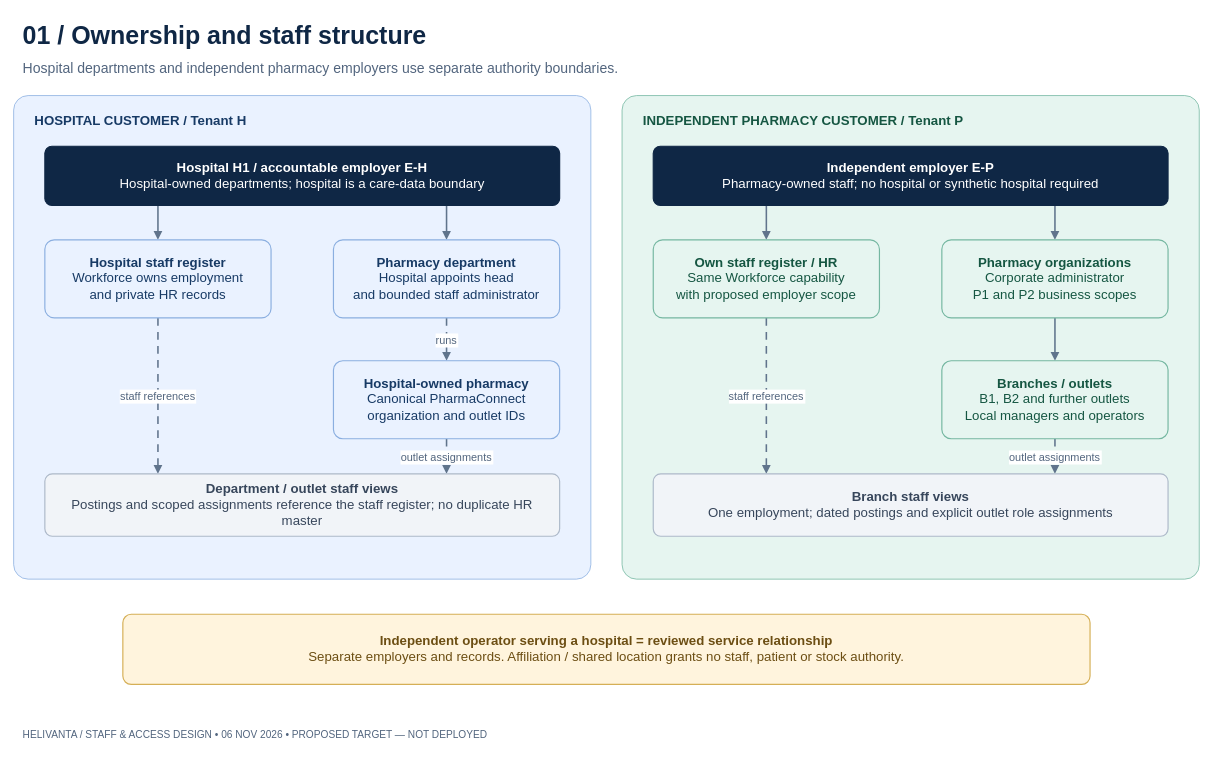
Earlier version of the draw.io diagram page "01 / Ownership and staff structure" (1 of 8) of docs/design/staff-and-rbac/staff-and-rbac.drawio (tesserix/helivanta). Source tidied: cells renumbered, new cells numbered last; positions are measured from the earlier drawing's top-left corner, leaving out a move shared by most shapes. Both pictures are drawn from the tidied source at 78%, with x=0, y=0 at pixel (13, 13).
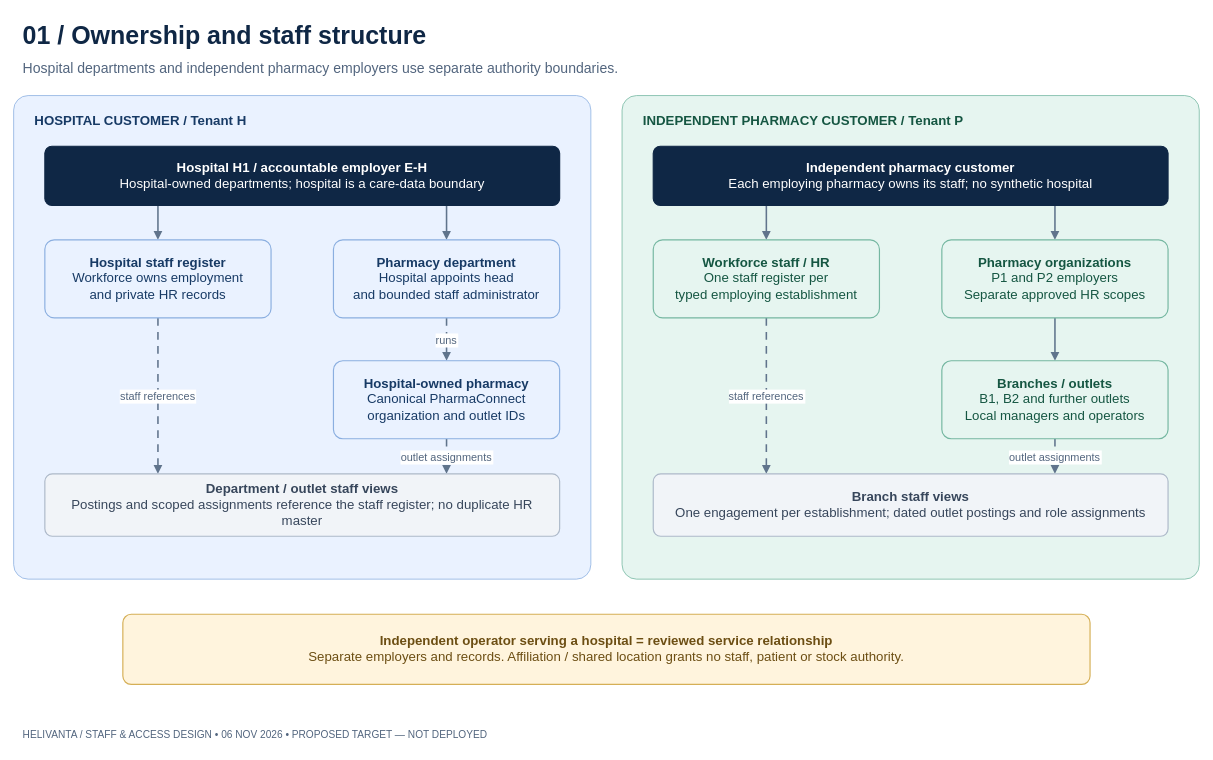
Above is the later version.

Diff of the diagram source:
```diff
@@
-    <mxCell id="23" value="&lt;b&gt;Independent employer E-P&lt;/b&gt;&lt;br&gt;Pharmacy-owned staff; no hospital or synthetic hospital required" style="rounded=1;arcSize=12;whiteSpace=wrap;html=1;align=center;verticalAlign=middle;spacing=12;fontFamily=Helvetica;fontSize=17;fontColor=#ffffff;fillColor=#0f2745;strokeColor=#0f2745;strokeWidth=1.5;" parent="1" vertex="1">
+    <mxCell id="23" value="&lt;b&gt;Independent pharmacy customer&lt;/b&gt;&lt;br&gt;Each employing pharmacy owns its staff; no synthetic hospital" style="rounded=1;arcSize=12;whiteSpace=wrap;html=1;align=center;verticalAlign=middle;spacing=12;fontFamily=Helvetica;fontSize=17;fontColor=#ffffff;fillColor=#0f2745;strokeColor=#0f2745;strokeWidth=1.5;" parent="1" vertex="1">
       <mxGeometry x="820" y="170" width="660" height="76" as="geometry" />
     </mxCell>
-    <mxCell id="24" value="&lt;b&gt;Own staff register / HR&lt;/b&gt;&lt;br&gt;Same Workforce capability&lt;br&gt;with proposed employer scope" style="rounded=1;arcSize=12;whiteSpace=wrap;html=1;align=center;verticalAlign=middle;spacing=12;fontFamily=Helvetica;fontSize=17;fontColor=#155642;fillColor=#e6f5f0;strokeColor=#75b7a1;strokeWidth=1.5;" parent="1" vertex="1">
+    <mxCell id="24" value="&lt;b&gt;Workforce staff / HR&lt;/b&gt;&lt;br&gt;One staff register per&lt;br&gt;typed employing establishment" style="rounded=1;arcSize=12;whiteSpace=wrap;html=1;align=center;verticalAlign=middle;spacing=12;fontFamily=Helvetica;fontSize=17;fontColor=#155642;fillColor=#e6f5f0;strokeColor=#75b7a1;strokeWidth=1.5;" parent="1" vertex="1">
       <mxGeometry x="820" y="290" width="290" height="100" as="geometry" />
     </mxCell>
-    <mxCell id="25" value="&lt;b&gt;Pharmacy organizations&lt;/b&gt;&lt;br&gt;Corporate administrator&lt;br&gt;P1 and P2 business scopes" style="rounded=1;arcSize=12;whiteSpace=wrap;html=1;align=center;verticalAlign=middle;spacing=12;fontFamily=Helvetica;fontSize=17;fontColor=#155642;fillColor=#e6f5f0;strokeColor=#75b7a1;strokeWidth=1.5;" parent="1" vertex="1">
+    <mxCell id="25" value="&lt;b&gt;Pharmacy organizations&lt;/b&gt;&lt;br&gt;P1 and P2 employers&lt;br&gt;Separate approved HR scopes" style="rounded=1;arcSize=12;whiteSpace=wrap;html=1;align=center;verticalAlign=middle;spacing=12;fontFamily=Helvetica;fontSize=17;fontColor=#155642;fillColor=#e6f5f0;strokeColor=#75b7a1;strokeWidth=1.5;" parent="1" vertex="1">
       <mxGeometry x="1190" y="290" width="290" height="100" as="geometry" />
     </mxCell>
@@
-    <mxCell id="27" value="&lt;b&gt;Branch staff views&lt;/b&gt;&lt;br&gt;One employment; dated postings and explicit outlet role assignments" style="rounded=1;arcSize=12;whiteSpace=wrap;html=1;align=center;verticalAlign=middle;spacing=12;fontFamily=Helvetica;fontSize=17;fontColor=#37465b;fillColor=#f1f4f8;strokeColor=#adb9c9;strokeWidth=1.5;" parent="1" vertex="1">
+    <mxCell id="27" value="&lt;b&gt;Branch staff views&lt;/b&gt;&lt;br&gt;One engagement per establishment; dated outlet postings and role assignments" style="rounded=1;arcSize=12;whiteSpace=wrap;html=1;align=center;verticalAlign=middle;spacing=12;fontFamily=Helvetica;fontSize=17;fontColor=#37465b;fillColor=#f1f4f8;strokeColor=#adb9c9;strokeWidth=1.5;" parent="1" vertex="1">
       <mxGeometry x="820" y="590" width="660" height="80" as="geometry" />
     </mxCell>
```
